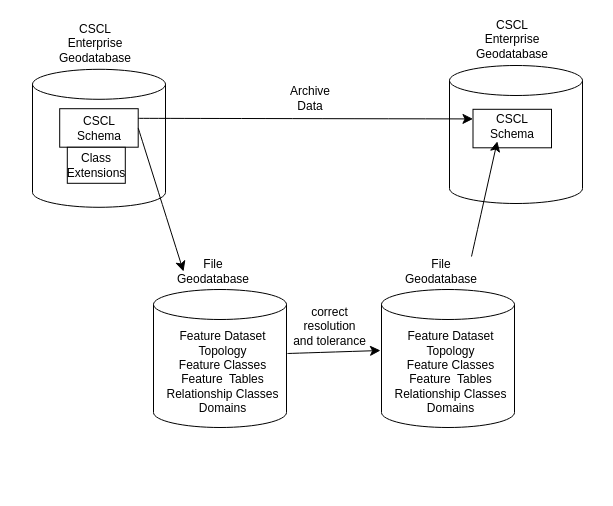
The draw.io diagram doc/bigpicture.drawio in mattyschell/cscl-migrate, before the edit. Source tidied: cells renumbered, new cells numbered last; positions are measured from the earlier drawing's top-left corner, leaving out a move shared by most shapes. Both pictures are drawn from the tidied source at 100%, with x=0, y=0 at pixel (32, 31).
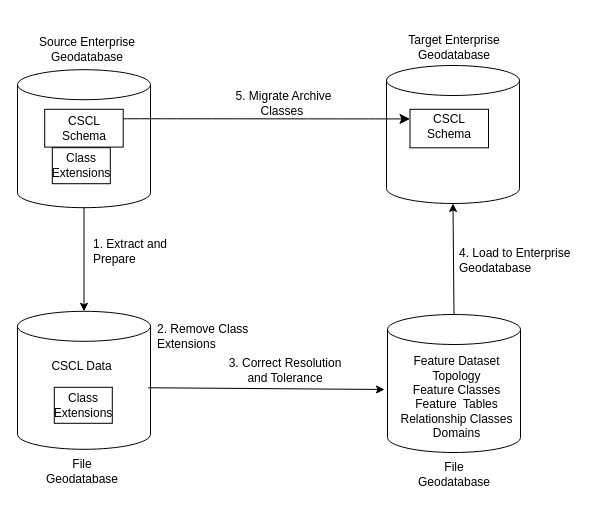
After the change.

Diff of the diagram source:
```diff
@@
     <mxCell id="2" style="shape=cylinder3;whiteSpace=wrap;html=1;boundedLbl=1;backgroundOutline=1;size=15;" parent="1" vertex="1">
-      <mxGeometry y="37.8" width="133" height="138" as="geometry" />
+      <mxGeometry x="-15" y="38.2" width="133" height="138" as="geometry" />
     </mxCell>
-    <mxCell id="3" value="CSCL Enterprise Geodatabase&lt;div&gt;&lt;br&gt;&lt;/div&gt;" style="text;html=1;align=center;verticalAlign=middle;whiteSpace=wrap;rounded=0;" parent="1" vertex="1">
-      <mxGeometry x="32.8" y="3.8" width="60" height="30" as="geometry" />
+    <mxCell id="3" value="&lt;div&gt;Source Enterprise Geodatabase&lt;/div&gt;" style="text;html=1;align=center;verticalAlign=middle;whiteSpace=wrap;rounded=0;" parent="1" vertex="1">
+      <mxGeometry x="3.8" y="3.2" width="102" height="30" as="geometry" />
     </mxCell>
     <mxCell id="4" style="rounded=0;whiteSpace=wrap;html=1;" parent="1" vertex="1">
-      <mxGeometry x="27.2" y="77.2" width="78.5" height="38.5" as="geometry" />
+      <mxGeometry x="12.2" y="77.8" width="78.5" height="37.8" as="geometry" />
     </mxCell>
     <mxCell id="5" value="CSCL Schema" style="text;html=1;align=center;verticalAlign=middle;whiteSpace=wrap;rounded=0;" parent="1" vertex="1">
-      <mxGeometry x="36.5" y="81.5" width="60" height="30" as="geometry" />
+      <mxGeometry x="21.5" y="82" width="60" height="30" as="geometry" />
     </mxCell>
     <mxCell id="6" value="Class Extensions" style="rounded=0;whiteSpace=wrap;html=1;" parent="1" vertex="1">
-      <mxGeometry x="34.8" y="115.8" width="58" height="36" as="geometry" />
+      <mxGeometry x="19.8" y="116.2" width="58" height="36" as="geometry" />
     </mxCell>
     <mxCell id="7" style="shape=cylinder3;whiteSpace=wrap;html=1;boundedLbl=1;backgroundOutline=1;size=15;" parent="1" vertex="1">
-      <mxGeometry x="121" y="258" width="133" height="138" as="geometry" />
+      <mxGeometry x="-15" y="279.8" width="133" height="138" as="geometry" />
     </mxCell>
-    <mxCell id="8" value="&lt;div&gt;Feature Dataset&lt;/div&gt;&lt;div&gt;Topology&lt;/div&gt;Feature Classes&lt;div&gt;Feature&amp;nbsp; Tables&lt;/div&gt;&lt;div&gt;Relationship Classes&lt;/div&gt;&lt;div&gt;Domains&lt;/div&gt;&lt;div&gt;&lt;br&gt;&lt;/div&gt;" style="text;html=1;align=center;verticalAlign=middle;whiteSpace=wrap;rounded=0;" parent="1" vertex="1">
-      <mxGeometry x="118" y="333" width="145" height="30" as="geometry" />
-    </mxCell>
     <mxCell id="9" value="File Geodatabase" style="text;html=1;align=center;verticalAlign=middle;whiteSpace=wrap;rounded=0;" parent="1" vertex="1">
-      <mxGeometry x="151" y="225" width="60" height="30" as="geometry" />
+      <mxGeometry x="19.8" y="424.8" width="60" height="30" as="geometry" />
     </mxCell>
-    <mxCell id="10" style="endArrow=classic;html=1;rounded=0;fontSize=12;startSize=8;endSize=8;curved=1;exitX=1;exitY=0.5;exitDx=0;exitDy=0;entryX=0;entryY=0.5;entryDx=0;entryDy=0;" parent="1" edge="1" source="4" target="9">
-      <mxGeometry relative="1" as="geometry" />
-    </mxCell>
     <mxCell id="11" style="shape=cylinder3;whiteSpace=wrap;html=1;boundedLbl=1;backgroundOutline=1;size=15;" parent="1" vertex="1">
-      <mxGeometry x="417" y="34" width="133" height="138" as="geometry" />
+      <mxGeometry x="354" y="34" width="133" height="138" as="geometry" />
     </mxCell>
-    <mxCell id="12" value="CSCL Enterprise Geodatabase&lt;div&gt;&lt;br&gt;&lt;/div&gt;" style="text;html=1;align=center;verticalAlign=middle;whiteSpace=wrap;rounded=0;" parent="1" vertex="1">
-      <mxGeometry x="449.8" width="60" height="30" as="geometry" />
-    </mxCell>
     <mxCell id="13" style="rounded=0;whiteSpace=wrap;html=1;" parent="1" vertex="1">
-      <mxGeometry x="440.5" y="77.8" width="78.5" height="38.5" as="geometry" />
+      <mxGeometry x="377.5" y="77.8" width="78.5" height="38.5" as="geometry" />
     </mxCell>
     <mxCell id="14" value="CSCL Schema" style="text;html=1;align=center;verticalAlign=middle;whiteSpace=wrap;rounded=0;" parent="1" vertex="1">
-      <mxGeometry x="449.8" y="79.8" width="60" height="30" as="geometry" />
+      <mxGeometry x="386.8" y="79.8" width="60" height="30" as="geometry" />
     </mxCell>
@@
-    <mxCell id="16" value="Archive Data" style="text;html=1;align=center;verticalAlign=middle;whiteSpace=wrap;rounded=0;" parent="1" vertex="1">
-      <mxGeometry x="248" y="51.5" width="60" height="30" as="geometry" />
+    <mxCell id="16" value="5. Migrate Archive Classes&amp;nbsp;" style="text;html=1;align=center;verticalAlign=middle;whiteSpace=wrap;rounded=0;" parent="1" vertex="1">
+      <mxGeometry x="184" y="57" width="135" height="30" as="geometry" />
     </mxCell>
     <mxCell id="17" style="shape=cylinder3;whiteSpace=wrap;html=1;boundedLbl=1;backgroundOutline=1;size=15;" parent="1" vertex="1">
-      <mxGeometry x="349" y="258" width="133" height="138" as="geometry" />
+      <mxGeometry x="355" y="283" width="133" height="138" as="geometry" />
     </mxCell>
     <mxCell id="18" value="&lt;div&gt;Feature Dataset&lt;/div&gt;&lt;div&gt;Topology&lt;/div&gt;Feature Classes&lt;div&gt;Feature&amp;nbsp; Tables&lt;/div&gt;&lt;div&gt;Relationship Classes&lt;/div&gt;&lt;div&gt;Domains&lt;/div&gt;&lt;div&gt;&lt;br&gt;&lt;/div&gt;" style="text;html=1;align=center;verticalAlign=middle;whiteSpace=wrap;rounded=0;" parent="1" vertex="1">
-      <mxGeometry x="346" y="333" width="145" height="30" as="geometry" />
+      <mxGeometry x="352" y="358" width="145" height="30" as="geometry" />
     </mxCell>
     <mxCell id="19" value="File Geodatabase" style="text;html=1;align=center;verticalAlign=middle;whiteSpace=wrap;rounded=0;" parent="1" vertex="1">
-      <mxGeometry x="379" y="225" width="60" height="30" as="geometry" />
+      <mxGeometry x="391.5" y="428" width="60" height="30" as="geometry" />
     </mxCell>
-    <mxCell id="20" style="endArrow=classic;html=1;rounded=0;fontSize=12;startSize=8;endSize=8;curved=1;" parent="1" edge="1">
-      <mxGeometry relative="1" as="geometry">
-        <mxPoint x="255" y="322" as="sourcePoint" />
-        <mxPoint x="348" y="319" as="targetPoint" />
-      </mxGeometry>
-    </mxCell>
-    <mxCell id="21" style="endArrow=classic;html=1;rounded=0;fontSize=12;startSize=8;endSize=8;curved=1;exitX=1;exitY=0;exitDx=0;exitDy=0;entryX=0.25;entryY=1;entryDx=0;entryDy=0;" parent="1" edge="1" source="19" target="14">
-      <mxGeometry relative="1" as="geometry" />
-    </mxCell>
-    <mxCell id="22" value="correct&lt;div&gt;resolution&lt;/div&gt;&lt;div&gt;and tolerance&lt;br&gt;&lt;div&gt;&lt;br&gt;&lt;/div&gt;&lt;/div&gt;" style="text;html=1;align=center;verticalAlign=middle;whiteSpace=wrap;rounded=0;" parent="1" vertex="1">
-      <mxGeometry x="254" y="287" width="87" height="30" as="geometry" />
-    </mxCell>
+    <mxCell id="23" value="Class Extensions" style="rounded=0;whiteSpace=wrap;html=1;" parent="1" vertex="1">
+      <mxGeometry x="21.8" y="355.8" width="58" height="36" as="geometry" />
+    </mxCell>
+    <mxCell id="24" value="CSCL Data" style="text;html=1;align=center;verticalAlign=middle;whiteSpace=wrap;rounded=0;" parent="1" vertex="1">
+      <mxGeometry x="7.8" y="319.8" width="83" height="30" as="geometry" />
+    </mxCell>
+    <mxCell id="25" style="endArrow=classic;html=1;rounded=0;exitX=0.5;exitY=1;exitDx=0;exitDy=0;exitPerimeter=0;entryX=0.5;entryY=0;entryDx=0;entryDy=0;entryPerimeter=0;" parent="1" edge="1" source="2" target="7">
+      <mxGeometry relative="1" as="geometry" />
+    </mxCell>
+    <mxCell id="26" style="endArrow=classic;html=1;rounded=0;exitX=0.5;exitY=0;exitDx=0;exitDy=0;exitPerimeter=0;entryX=0.5;entryY=1;entryDx=0;entryDy=0;entryPerimeter=0;" parent="1" edge="1" source="17" target="11">
+      <mxGeometry relative="1" as="geometry" />
+    </mxCell>
+    <mxCell id="27" value="1. Extract and&amp;nbsp;&lt;div&gt;Prepare&lt;/div&gt;" style="text;html=1;align=left;verticalAlign=middle;whiteSpace=wrap;rounded=0;" parent="1" vertex="1">
+      <mxGeometry x="58.8" y="205.2" width="135" height="30" as="geometry" />
+    </mxCell>
+    <mxCell id="28" value="2. Remove Class&lt;div&gt;Extensions&lt;/div&gt;" style="text;html=1;align=left;verticalAlign=middle;whiteSpace=wrap;rounded=0;" parent="1" vertex="1">
+      <mxGeometry x="122.8" y="289.8" width="135" height="30" as="geometry" />
+    </mxCell>
+    <mxCell id="29" style="endArrow=classic;html=1;rounded=0;exitX=0.983;exitY=0.554;exitDx=0;exitDy=0;exitPerimeter=0;entryX=0;entryY=0;entryDx=0;entryDy=0;" parent="1" edge="1" source="7" target="18">
+      <mxGeometry relative="1" as="geometry" />
+    </mxCell>
+    <mxCell id="30" value="3. Correct Resolution and Tolerance" style="text;html=1;align=center;verticalAlign=middle;whiteSpace=wrap;rounded=0;" parent="1" vertex="1">
+      <mxGeometry x="184" y="324" width="138" height="30" as="geometry" />
+    </mxCell>
+    <mxCell id="31" value="&lt;div&gt;Target Enterprise Geodatabase&lt;/div&gt;" style="text;html=1;align=center;verticalAlign=middle;whiteSpace=wrap;rounded=0;" parent="1" vertex="1">
+      <mxGeometry x="370.5" y="1" width="102" height="30" as="geometry" />
+    </mxCell>
+    <mxCell id="32" value="4. Load to Enterprise Geodatabase" style="text;html=1;align=left;verticalAlign=middle;whiteSpace=wrap;rounded=0;" parent="1" vertex="1">
+      <mxGeometry x="425" y="214" width="138" height="30" as="geometry" />
+    </mxCell>
```
